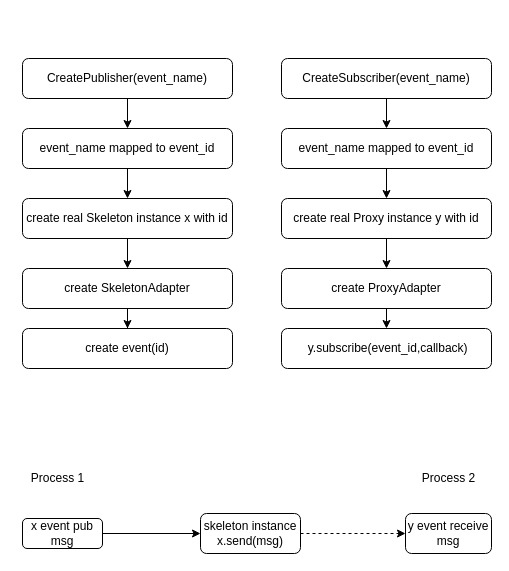
Above: 未命名绘图.drawio in edxuanlen/drawio (draw.io), before the change. Source tidied: cells renumbered, new cells numbered last; positions are measured from the earlier drawing's top-left corner, leaving out a move shared by most shapes. Both pictures are drawn from the tidied source at 100%, with x=0, y=0 at pixel (17, 58).
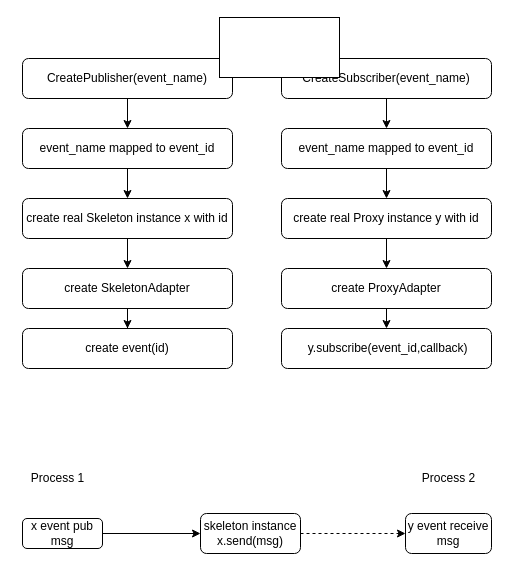
The same diagram, later.

Commit message:
更新未命名绘图.drawio

Change to the diagram source:
```diff
@@
+    <mxCell id="27" style="whiteSpace=wrap;html=1;" parent="1" vertex="1">
+      <mxGeometry x="202" y="-41" width="120" height="60" as="geometry" />
+    </mxCell>
```
